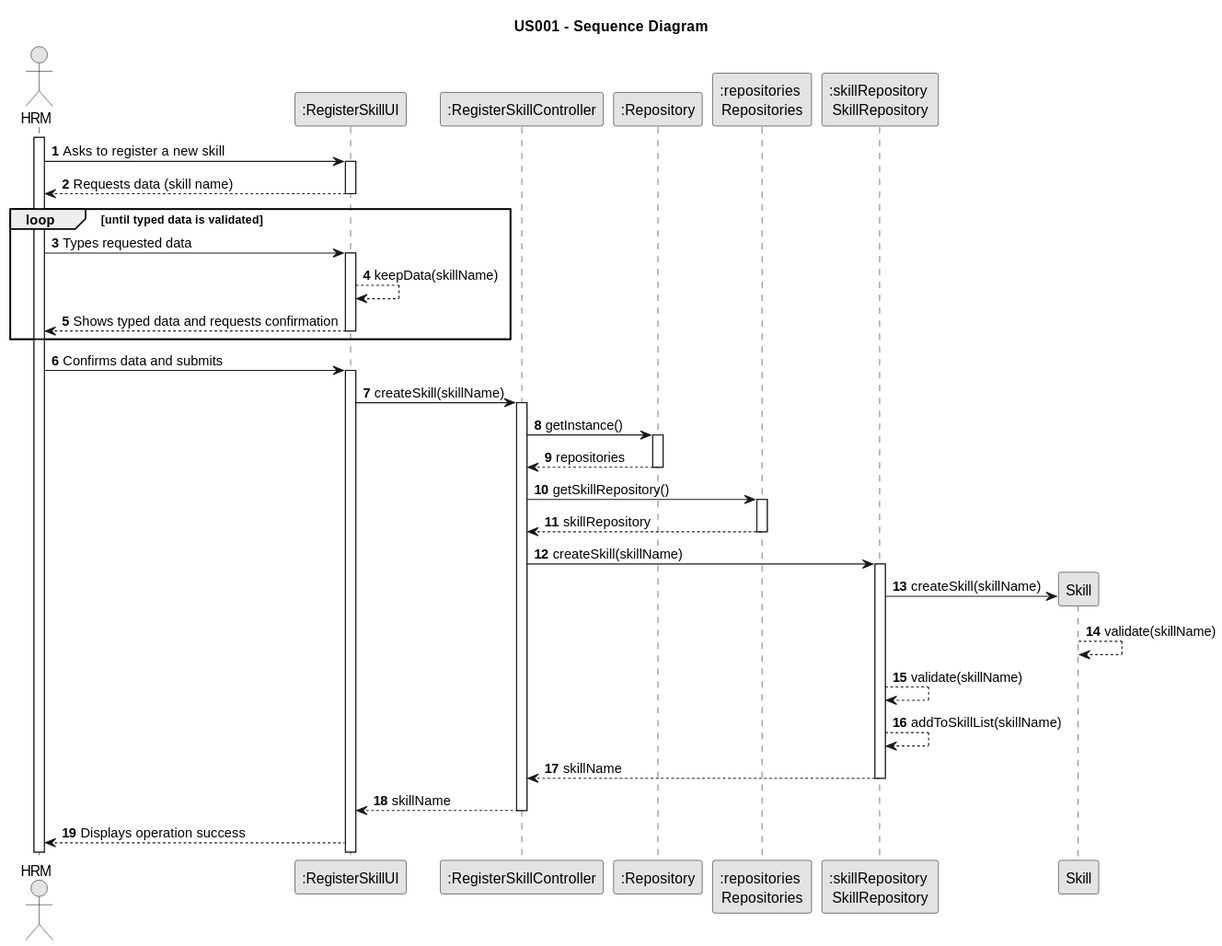
This is docs/sprintB/us001/03.design/svg/us001-sequence-diagram.svg from Rui-San/LAPR2_2023_2024, a PlantUML export, as it was before one commit.
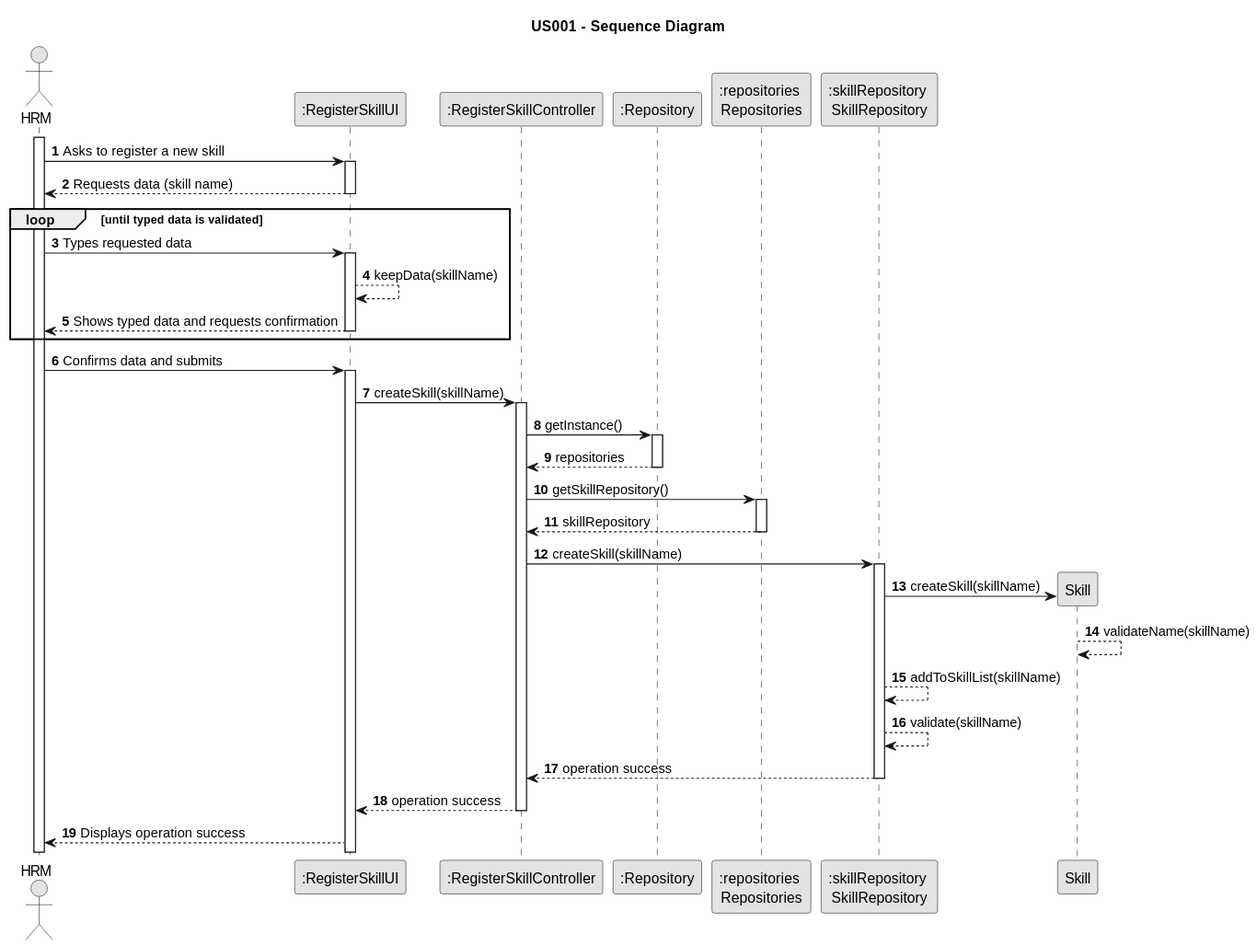
The same file after the commit.

Commit message:
us001\design: -sequence diagram adjusted and SVG generated

Change to the diagram source:
```diff
@@ -50,15 +50,15 @@
                 activate SR
 
                 SR -> Skill** : createSkill(skillName)
-                Skill --> Skill : validate(skillName)
+                Skill --> Skill : validateName(skillName)
 
+                SR --> SR : addToSkillList(skillName)
                 SR --> SR : validate(skillName)
-                SR --> SR : addToSkillList(skillName)
-                SR --> RSC : skillName
+                SR --> RSC : operation success
                 deactivate SR
 
 
-            RSC --> System : skillName
+            RSC --> System : operation success
 
         deactivate RSC
 
```
